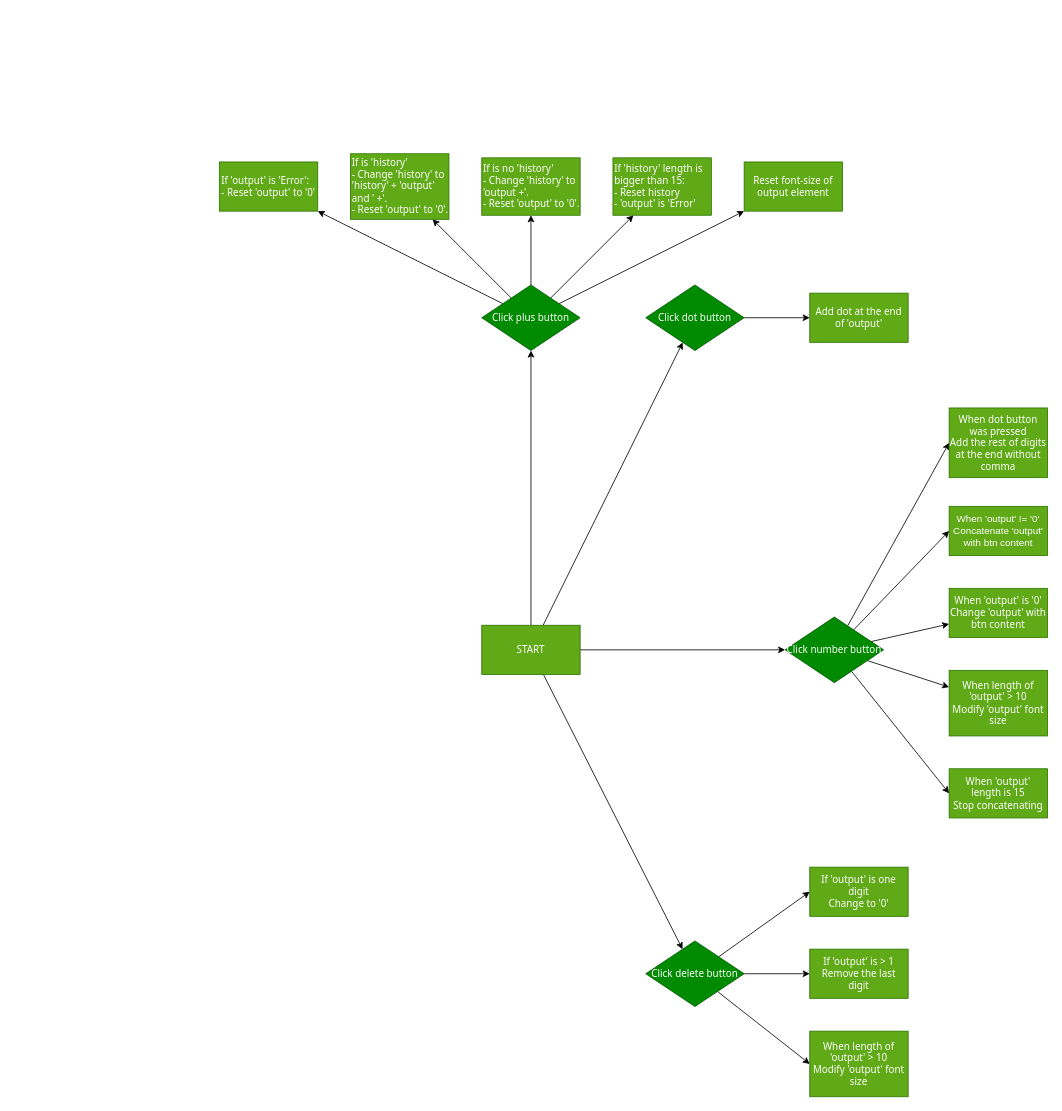
Before: flowchart.drawio in CVOvidiu/Calculator-Project, a draw.io diagram. Source tidied: cells renumbered, new cells numbered last; positions are measured from the earlier drawing's top-left corner, leaving out a move shared by most shapes. Both pictures are drawn from the tidied source at 82%, with x=0, y=0 at pixel (219, 153).
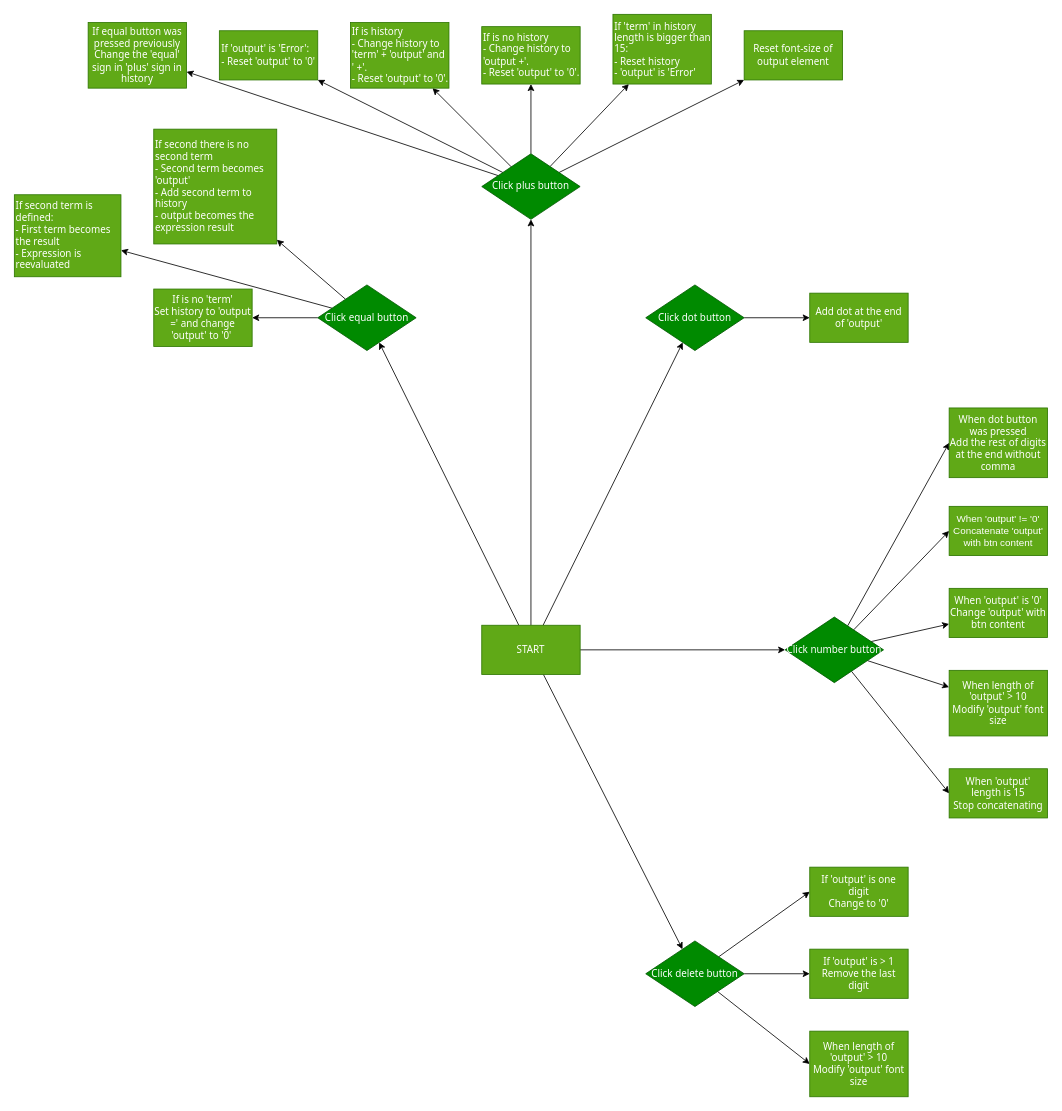
The same page after the edit.

Commit message (it also covers changes not shown here):
Equal button progress update

The change refers to these unchanged cells:
```xml
<mxCell id="6" value="START" style="whiteSpace=wrap;html=1;fontFamily=Tahoma;fillColor=#60a917;fontColor=#ffffff;strokeColor=#2D7600;" parent="1" vertex="1">
  <mxGeometry x="320" y="575" width="120" height="60" as="geometry" />
</mxCell>
```

What changed in the source:
```diff
@@
+    <mxCell id="39" style="edgeStyle=none;html=1;" parent="1" edge="1" source="6" target="44">
+      <mxGeometry relative="1" as="geometry" />
+    </mxCell>
@@
+    <mxCell id="40" style="edgeStyle=none;html=1;" parent="1" edge="1" source="33" target="46">
+      <mxGeometry relative="1" as="geometry" />
+    </mxCell>
     <mxCell id="33" value="Click plus button" style="rhombus;whiteSpace=wrap;html=1;fontFamily=Tahoma;fillColor=#008a00;strokeColor=#005700;fontColor=#ffffff;" parent="1" vertex="1">
-      <mxGeometry x="320" y="160" width="120" height="80" as="geometry" />
+      <mxGeometry x="320" width="120" height="80" as="geometry" />
     </mxCell>
-    <mxCell id="34" value="If is no 'history'&lt;br&gt;- Change 'history' to 'output +'.&lt;br&gt;- Reset 'output' to '0'." style="whiteSpace=wrap;html=1;fontFamily=Tahoma;fillColor=#60a917;strokeColor=#2D7600;fontColor=#ffffff;align=left;" parent="1" vertex="1">
-      <mxGeometry x="320" y="5" width="120" height="70" as="geometry" />
+    <mxCell id="34" value="If is no history&lt;br&gt;- Change history to 'output +'.&lt;br&gt;- Reset 'output' to '0'." style="whiteSpace=wrap;html=1;fontFamily=Tahoma;fillColor=#60a917;strokeColor=#2D7600;fontColor=#ffffff;align=left;" parent="1" vertex="1">
+      <mxGeometry x="320" y="-155" width="120" height="70" as="geometry" />
     </mxCell>
-    <mxCell id="35" value="If is 'history'&lt;br&gt;- Change 'history' to 'history' + 'output' and ' +'.&lt;br&gt;- Reset 'output' to '0'." style="whiteSpace=wrap;html=1;fontFamily=Tahoma;fillColor=#60a917;strokeColor=#2D7600;fontColor=#ffffff;align=left;" parent="1" vertex="1">
-      <mxGeometry x="160" width="120" height="80" as="geometry" />
+    <mxCell id="35" value="If is history&lt;br&gt;- Change history to 'term' + 'output' and ' +'.&lt;br&gt;- Reset 'output' to '0'." style="whiteSpace=wrap;html=1;fontFamily=Tahoma;fillColor=#60a917;strokeColor=#2D7600;fontColor=#ffffff;align=left;" parent="1" vertex="1">
+      <mxGeometry x="160" y="-160" width="120" height="80" as="geometry" />
     </mxCell>
-    <mxCell id="36" value="If 'history' length is bigger than 15:&lt;br&gt;- Reset history&lt;br&gt;- 'output' is 'Error'" style="whiteSpace=wrap;html=1;fontFamily=Tahoma;fillColor=#60a917;strokeColor=#2D7600;fontColor=#ffffff;align=left;" parent="1" vertex="1">
-      <mxGeometry x="480" y="5" width="120" height="70" as="geometry" />
+    <mxCell id="36" value="If 'term' in history length is bigger than 15:&lt;br&gt;- Reset history&lt;br&gt;- 'output' is 'Error'" style="whiteSpace=wrap;html=1;fontFamily=Tahoma;fillColor=#60a917;strokeColor=#2D7600;fontColor=#ffffff;align=left;" parent="1" vertex="1">
+      <mxGeometry x="480" y="-170" width="120" height="85" as="geometry" />
     </mxCell>
     <mxCell id="37" value="&lt;div style=&quot;text-align: left&quot;&gt;&lt;span&gt;If 'output' is 'Error':&lt;br&gt;- Reset 'output' to '0'&lt;/span&gt;&lt;/div&gt;" style="whiteSpace=wrap;html=1;fontFamily=Tahoma;fillColor=#60a917;strokeColor=#2D7600;fontColor=#ffffff;" parent="1" vertex="1">
-      <mxGeometry y="10" width="120" height="60" as="geometry" />
+      <mxGeometry y="-150" width="120" height="60" as="geometry" />
     </mxCell>
     <mxCell id="38" value="Reset font-size of output element" style="whiteSpace=wrap;html=1;fontFamily=Tahoma;fillColor=#60a917;strokeColor=#2D7600;fontColor=#ffffff;" parent="1" vertex="1">
-      <mxGeometry x="640" y="10" width="120" height="60" as="geometry" />
+      <mxGeometry x="640" y="-150" width="120" height="60" as="geometry" />
     </mxCell>
+    <mxCell id="41" style="edgeStyle=none;html=1;" parent="1" edge="1" source="44" target="45">
+      <mxGeometry relative="1" as="geometry" />
+    </mxCell>
+    <mxCell id="42" style="edgeStyle=none;html=1;" parent="1" edge="1" source="44" target="47">
+      <mxGeometry relative="1" as="geometry" />
+    </mxCell>
+    <mxCell id="43" style="edgeStyle=none;html=1;" parent="1" edge="1" source="44" target="48">
+      <mxGeometry relative="1" as="geometry" />
+    </mxCell>
+    <mxCell id="44" value="Click equal button" style="rhombus;whiteSpace=wrap;html=1;fontFamily=Tahoma;fillColor=#008a00;strokeColor=#005700;fontColor=#ffffff;" parent="1" vertex="1">
+      <mxGeometry x="120" y="160" width="120" height="80" as="geometry" />
+    </mxCell>
+    <mxCell id="45" value="If is no 'term'&lt;br&gt;Set history to 'output =' and change 'output' to '0'&amp;nbsp;" style="whiteSpace=wrap;html=1;fontFamily=Tahoma;fillColor=#60a917;strokeColor=#2D7600;fontColor=#ffffff;" parent="1" vertex="1">
+      <mxGeometry x="-80" y="165" width="120" height="70" as="geometry" />
+    </mxCell>
+    <mxCell id="46" value="If equal button was pressed previously&lt;br&gt;Change the 'equal' sign in 'plus' sign in history" style="whiteSpace=wrap;html=1;fontFamily=Tahoma;fillColor=#60a917;strokeColor=#2D7600;fontColor=#ffffff;" parent="1" vertex="1">
+      <mxGeometry x="-160" y="-160" width="120" height="80" as="geometry" />
+    </mxCell>
+    <mxCell id="47" value="If second there is no second term&lt;br&gt;- Second term becomes 'output'&amp;nbsp;&lt;br&gt;- Add second term to history&lt;br&gt;- output becomes the expression result" style="whiteSpace=wrap;html=1;fontFamily=Tahoma;fillColor=#60a917;strokeColor=#2D7600;fontColor=#ffffff;align=left;" parent="1" vertex="1">
+      <mxGeometry x="-80" y="-30" width="150" height="140" as="geometry" />
+    </mxCell>
+    <mxCell id="48" value="If second term is defined:&lt;br&gt;- First term becomes the result&lt;br&gt;- Expression is reevaluated" style="whiteSpace=wrap;html=1;fontFamily=Tahoma;fillColor=#60a917;strokeColor=#2D7600;fontColor=#ffffff;align=left;" parent="1" vertex="1">
+      <mxGeometry x="-250" y="50" width="130" height="100" as="geometry" />
+    </mxCell>
```
